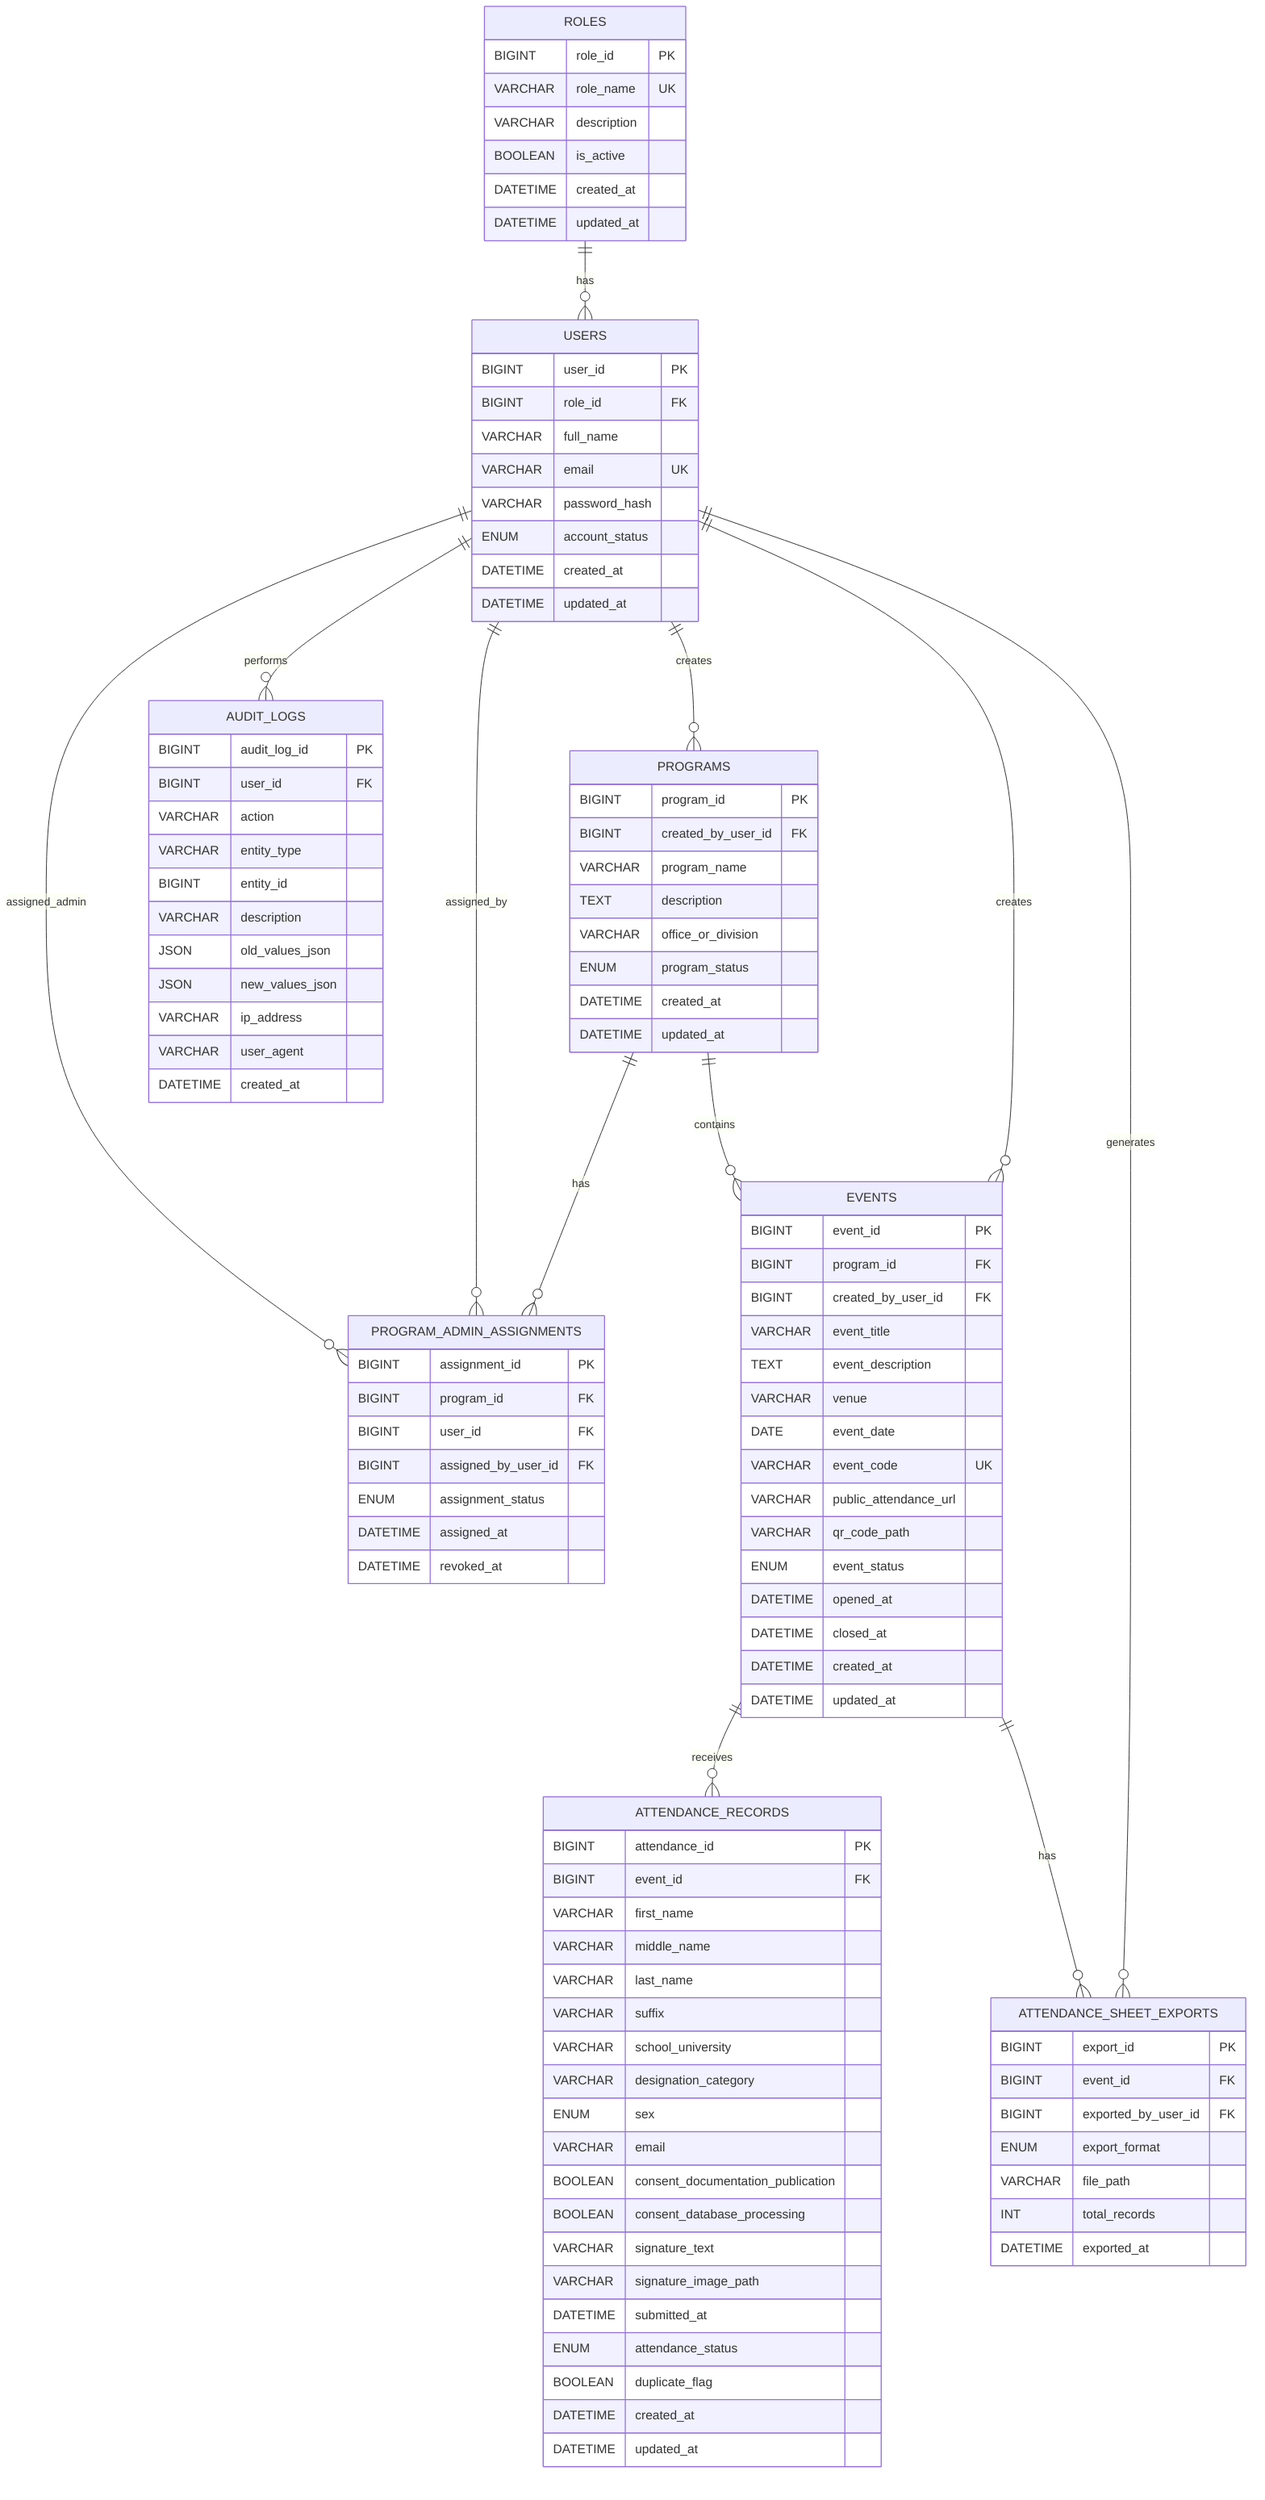
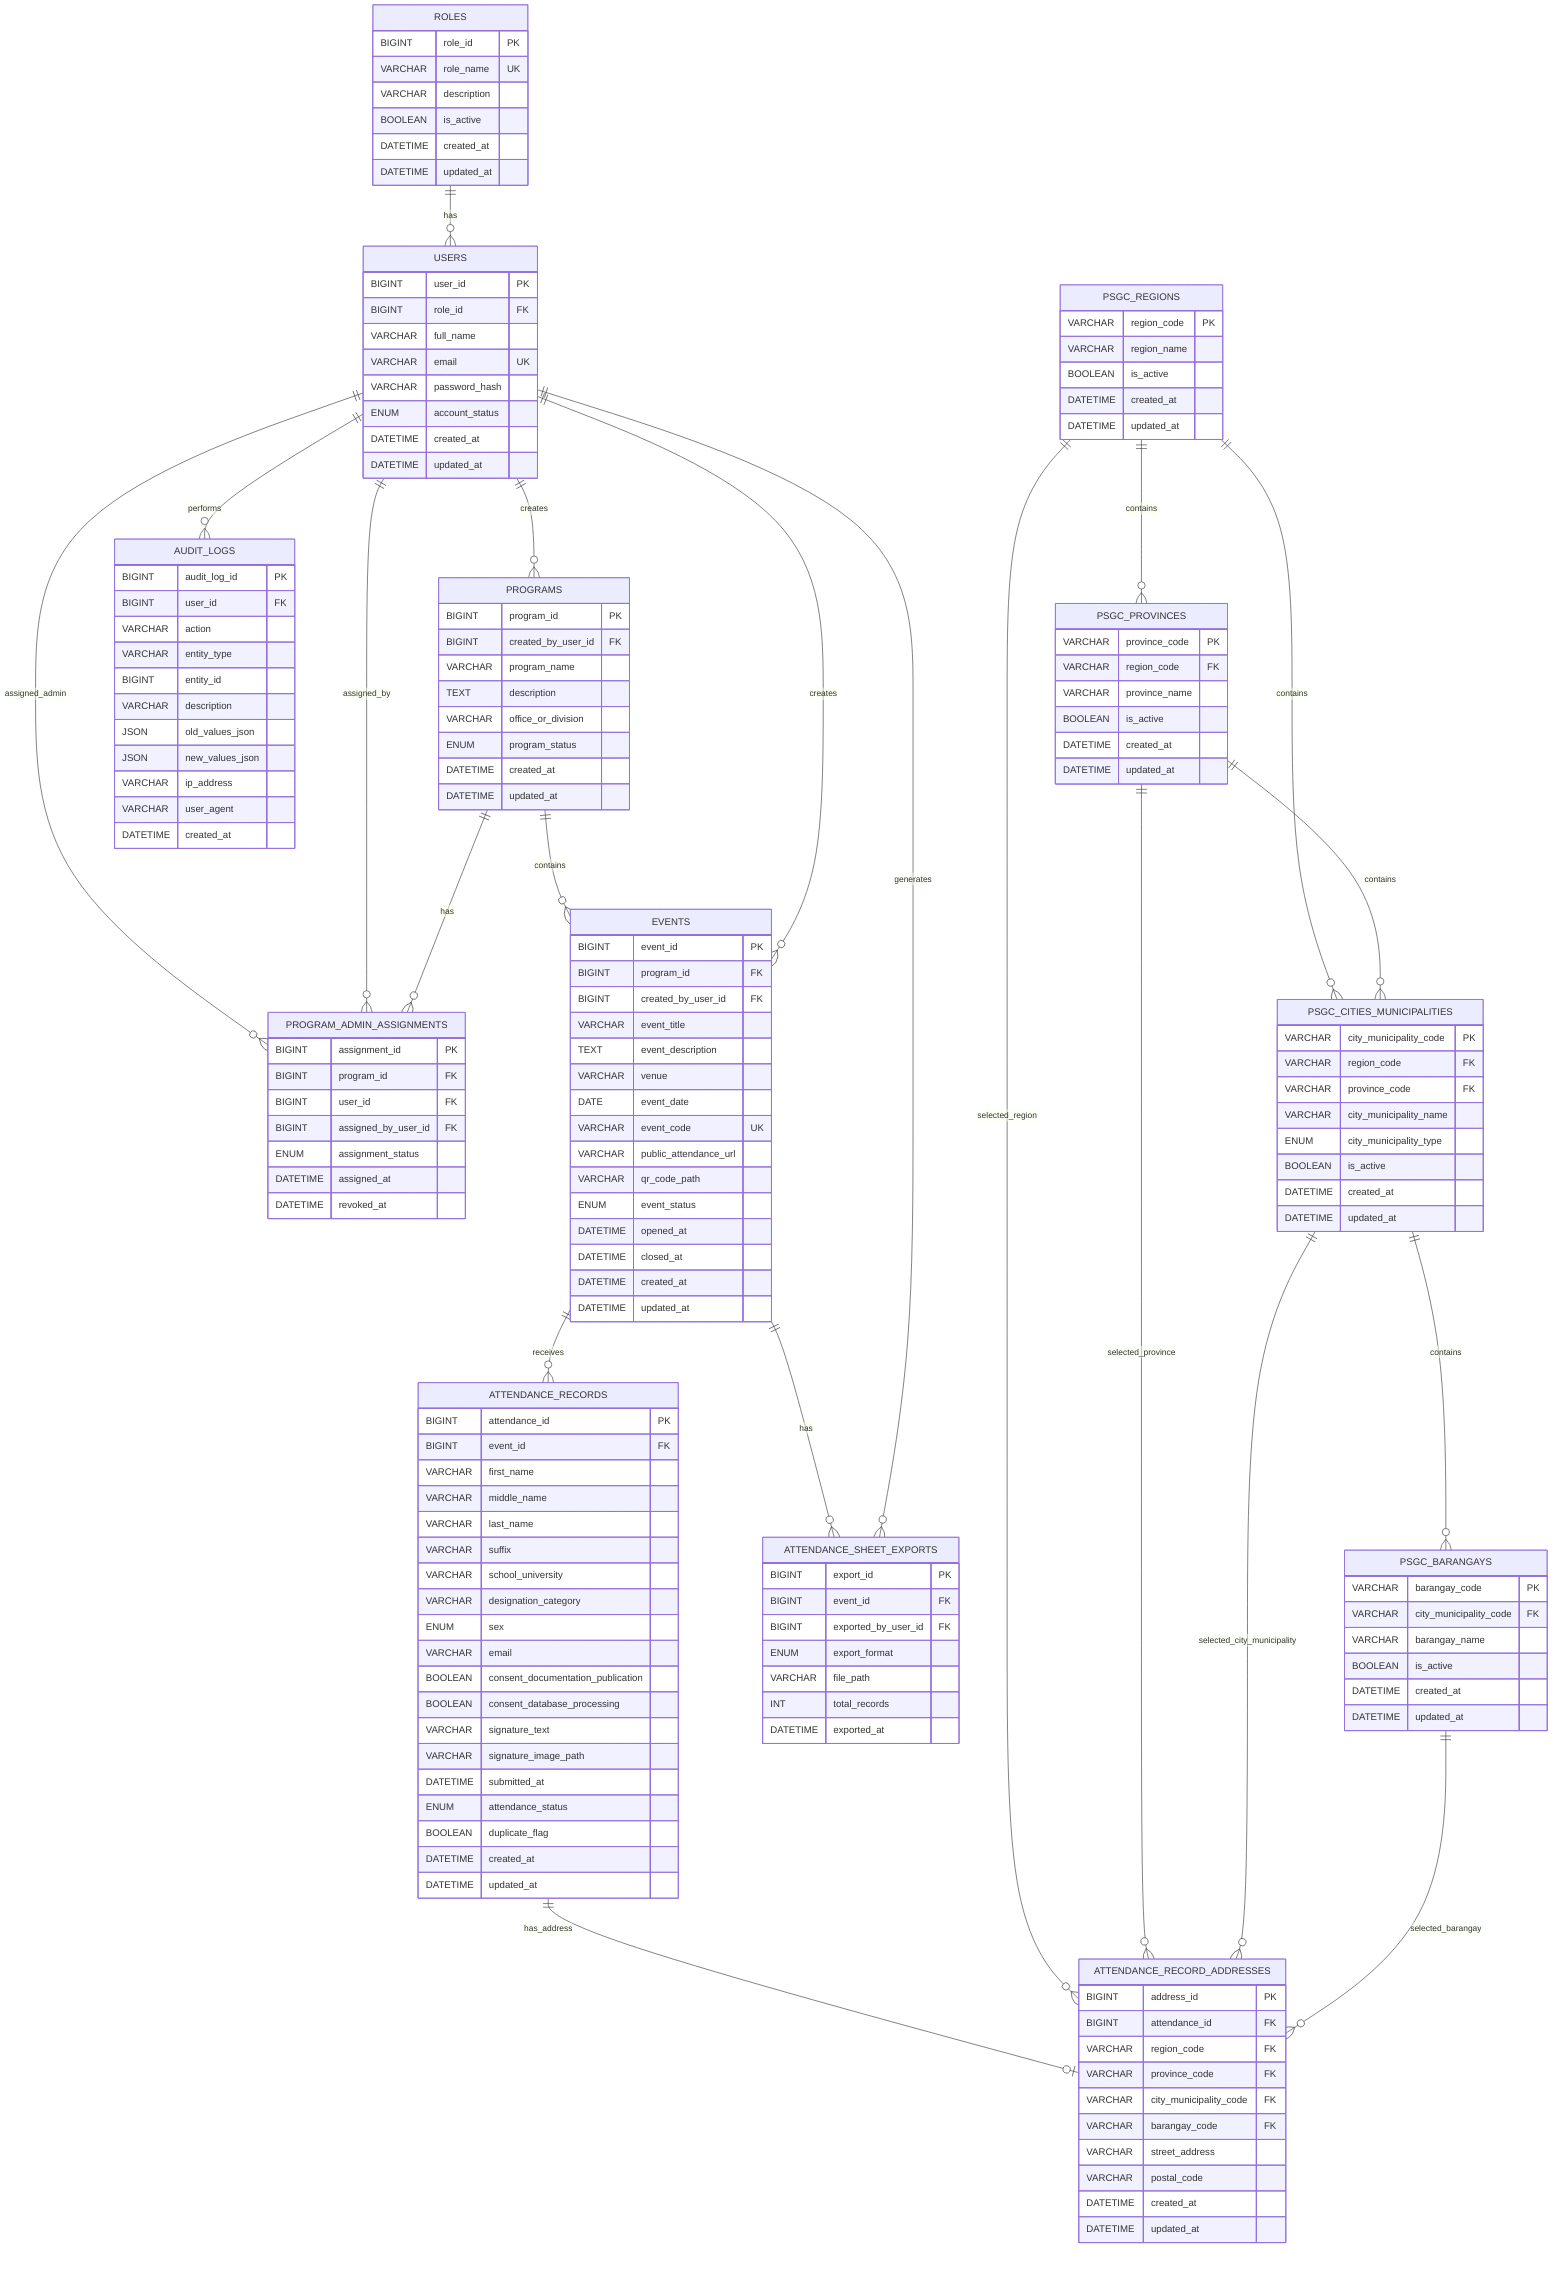
erDiagram
  ROLES ||--o{ USERS : has
  USERS ||--o{ PROGRAMS : creates
  USERS ||--o{ PROGRAM_ADMIN_ASSIGNMENTS : assigned_admin
  USERS ||--o{ PROGRAM_ADMIN_ASSIGNMENTS : assigned_by
  PROGRAMS ||--o{ PROGRAM_ADMIN_ASSIGNMENTS : has
  PROGRAMS ||--o{ EVENTS : contains
  USERS ||--o{ EVENTS : creates
  EVENTS ||--o{ ATTENDANCE_RECORDS : receives
+   ATTENDANCE_RECORDS ||--o| ATTENDANCE_RECORD_ADDRESSES : has_address
  EVENTS ||--o{ ATTENDANCE_SHEET_EXPORTS : has
  USERS ||--o{ ATTENDANCE_SHEET_EXPORTS : generates
  USERS ||--o{ AUDIT_LOGS : performs
+   PSGC_REGIONS ||--o{ PSGC_PROVINCES : contains
+   PSGC_REGIONS ||--o{ PSGC_CITIES_MUNICIPALITIES : contains
+   PSGC_PROVINCES ||--o{ PSGC_CITIES_MUNICIPALITIES : contains
+   PSGC_CITIES_MUNICIPALITIES ||--o{ PSGC_BARANGAYS : contains
+   PSGC_REGIONS ||--o{ ATTENDANCE_RECORD_ADDRESSES : selected_region
+   PSGC_PROVINCES ||--o{ ATTENDANCE_RECORD_ADDRESSES : selected_province
+   PSGC_CITIES_MUNICIPALITIES ||--o{ ATTENDANCE_RECORD_ADDRESSES : selected_city_municipality
+   PSGC_BARANGAYS ||--o{ ATTENDANCE_RECORD_ADDRESSES : selected_barangay

  ROLES {
    BIGINT role_id PK
    VARCHAR role_name UK
    VARCHAR description
    BOOLEAN is_active
    DATETIME created_at
    DATETIME updated_at
  }

  USERS {
    BIGINT user_id PK
    BIGINT role_id FK
    VARCHAR full_name
    VARCHAR email UK
    VARCHAR password_hash
    ENUM account_status
    DATETIME created_at
    DATETIME updated_at
  }

  PROGRAMS {
    BIGINT program_id PK
    BIGINT created_by_user_id FK
    VARCHAR program_name
    TEXT description
    VARCHAR office_or_division
    ENUM program_status
    DATETIME created_at
    DATETIME updated_at
  }

  PROGRAM_ADMIN_ASSIGNMENTS {
    BIGINT assignment_id PK
    BIGINT program_id FK
    BIGINT user_id FK
    BIGINT assigned_by_user_id FK
    ENUM assignment_status
    DATETIME assigned_at
    DATETIME revoked_at
  }

  EVENTS {
    BIGINT event_id PK
    BIGINT program_id FK
    BIGINT created_by_user_id FK
    VARCHAR event_title
    TEXT event_description
    VARCHAR venue
    DATE event_date
    VARCHAR event_code UK
    VARCHAR public_attendance_url
    VARCHAR qr_code_path
    ENUM event_status
    DATETIME opened_at
    DATETIME closed_at
    DATETIME created_at
    DATETIME updated_at
  }

  ATTENDANCE_RECORDS {
    BIGINT attendance_id PK
    BIGINT event_id FK
    VARCHAR first_name
    VARCHAR middle_name
    VARCHAR last_name
    VARCHAR suffix
    VARCHAR school_university
    VARCHAR designation_category
    ENUM sex
    VARCHAR email
    BOOLEAN consent_documentation_publication
    BOOLEAN consent_database_processing
    VARCHAR signature_text
    VARCHAR signature_image_path
    DATETIME submitted_at
    ENUM attendance_status
    BOOLEAN duplicate_flag
    DATETIME created_at
    DATETIME updated_at
  }

+   ATTENDANCE_RECORD_ADDRESSES {
+     BIGINT address_id PK
+     BIGINT attendance_id FK
+     VARCHAR region_code FK
+     VARCHAR province_code FK
+     VARCHAR city_municipality_code FK
+     VARCHAR barangay_code FK
+     VARCHAR street_address
+     VARCHAR postal_code
+     DATETIME created_at
+     DATETIME updated_at
+   }
+ 
  ATTENDANCE_SHEET_EXPORTS {
    BIGINT export_id PK
    BIGINT event_id FK
    BIGINT exported_by_user_id FK
    ENUM export_format
    VARCHAR file_path
    INT total_records
    DATETIME exported_at
  }

  AUDIT_LOGS {
    BIGINT audit_log_id PK
    BIGINT user_id FK
    VARCHAR action
    VARCHAR entity_type
    BIGINT entity_id
    VARCHAR description
    JSON old_values_json
    JSON new_values_json
    VARCHAR ip_address
    VARCHAR user_agent
    DATETIME created_at
  }
+ 
+   PSGC_REGIONS {
+     VARCHAR region_code PK
+     VARCHAR region_name
+     BOOLEAN is_active
+     DATETIME created_at
+     DATETIME updated_at
+   }
+ 
+   PSGC_PROVINCES {
+     VARCHAR province_code PK
+     VARCHAR region_code FK
+     VARCHAR province_name
+     BOOLEAN is_active
+     DATETIME created_at
+     DATETIME updated_at
+   }
+ 
+   PSGC_CITIES_MUNICIPALITIES {
+     VARCHAR city_municipality_code PK
+     VARCHAR region_code FK
+     VARCHAR province_code FK
+     VARCHAR city_municipality_name
+     ENUM city_municipality_type
+     BOOLEAN is_active
+     DATETIME created_at
+     DATETIME updated_at
+   }
+ 
+   PSGC_BARANGAYS {
+     VARCHAR barangay_code PK
+     VARCHAR city_municipality_code FK
+     VARCHAR barangay_name
+     BOOLEAN is_active
+     DATETIME created_at
+     DATETIME updated_at
+   }
